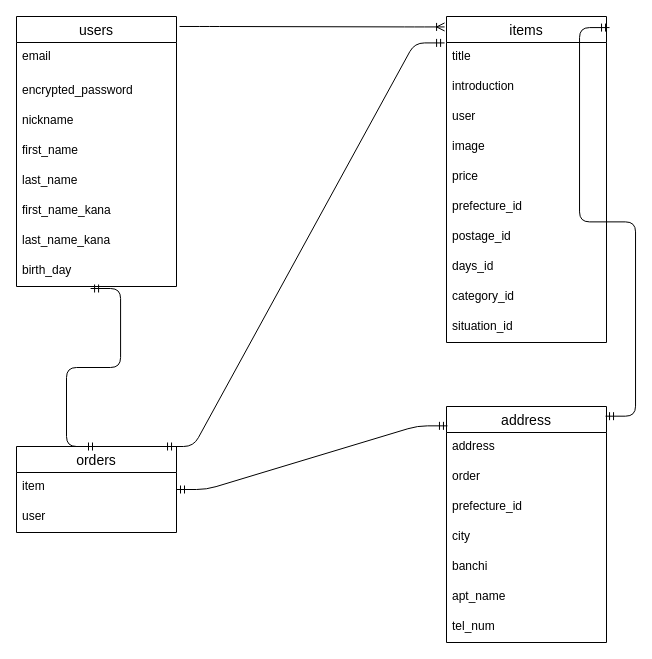
The draw.io diagram ER図.dio in 0zone-k/furima-41745, before the edit. Source tidied: cells renumbered, new cells numbered last; positions are measured from the earlier drawing's top-left corner, leaving out a move shared by most shapes. Both pictures are drawn from the tidied source at 100%, with x=0, y=0 at pixel (16, 16).
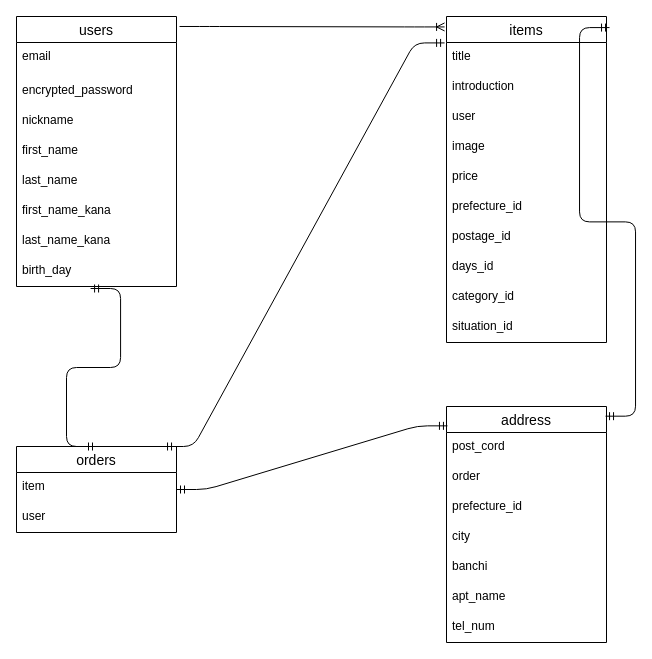
The same diagram, later.

Unchanged cells that the change refers to:
```xml
<mxCell id="11" value="address" style="swimlane;fontStyle=0;horizontal=1;startSize=26;align=center;fontSize=14;" parent="1" vertex="1">
  <mxGeometry x="430" y="390" width="160" height="236" as="geometry" />
</mxCell>
```

Diff of the diagram source:
```diff
@@
-    <mxCell id="12" value="address" style="text;strokeColor=none;fillColor=none;spacingLeft=4;spacingRight=4;overflow=hidden;fontSize=12;" parent="11" vertex="1">
+    <mxCell id="12" value="post_cord" style="text;strokeColor=none;fillColor=none;spacingLeft=4;spacingRight=4;overflow=hidden;fontSize=12;" parent="11" vertex="1">
       <mxGeometry y="26" width="160" height="30" as="geometry" />
     </mxCell>
```
